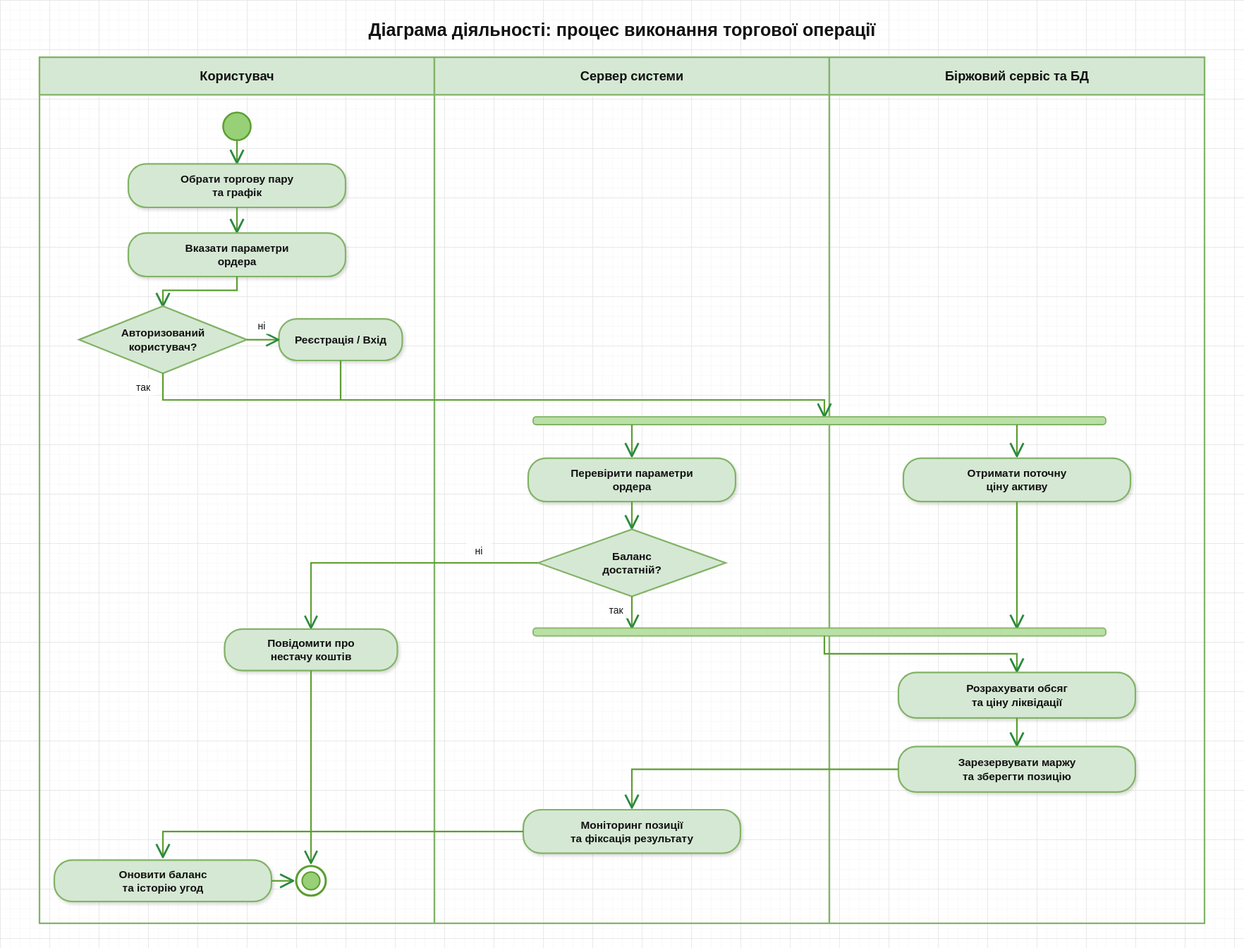
Hast1k/bygigabit keeps this PlantUML diagram as diagrams/svg/07_activity_diagram.svg. Above is the earlier version. Its source is kept beside it as diagrams/puml/07_activity_diagram.puml. Source of this version:
```plantuml
@startuml
skinparam backgroundColor #FFFFFF
skinparam defaultFontName Arial
skinparam defaultFontSize 11
skinparam roundCorner 10
skinparam shadowing false

skinparam swimlane {
    borderColor #2B8A3E
    titleFontColor #2B8A3E
    titleFontStyle bold
    backgroundColor #FFFFFF
}
skinparam activity {
    borderColor #2B8A3E
    backgroundColor #EBFBEE
    fontColor #1B4422
}
skinparam decision {
    borderColor #2B8A3E
    backgroundColor #EBFBEE
    fontColor #1B4422
}
skinparam arrow {
    color #2B8A3E
    fontColor #1B4422
}

title **Діаграма діяльності: виконання торговельної операції у системі ByGigaBit**

|Трейдер (Клієнтський термінал)|
start
:Обрати торгову пару (BTC/ETH/SOL);
:Вказати розмір маржі та кредитне плече (1x-20x);
:Обрати тип ордера (Market або Limit);
:Натиснути кнопку «Відкрити Long / Short»;

|Сервер платформи (FastAPI)|
:Перевірити активність сесії користувача;
if (Чи достатній баланс трейдера?) then ([ні])
    :Показати повідомлення про нестачу коштів;
    |Трейдер (Клієнтський термінал)|
    stop
else ([так])
endif

|Зовнішня біржа Bybit та СУБД Neon|
:Отримати актуальне котирування через Bybit V5;
:Розрахувати обсяг позиції та ціну ліквідації;
:Зарезервувати суму маржі на балансі;

if (Тип ордера?) then ([Лімітний])
    :Зберегти запит у таблиці limit_orders (pending);
    |Трейдер (Клієнтський термінал)|
    :Очікування наближення ринкової ціни;
    |Зовнішня біржа Bybit та СУБД Neon|
    :Спрацювання лімітного ордера при перетині ціни;
else ([Ринковий])
endif

:Створити активний запис у таблиці positions (open);

|Трейдер (Клієнтський термінал)|
:Відобразити відкриту позицію на свічковому графіку;

|Сервер платформи (FastAPI)|
repeat
    :Фоновий моніторинг ринкових котирувань Bybit;
    :Динамічний перерахунок Floating PnL;
    if (Ринкова ціна перетнула ціну ліквідації?) then ([так, Margin Call])
        |Зовнішня біржа Bybit та СУБД Neon|
        :Примусова ліквідація та списання застави;
        :Зафіксувати подію в order_history (liquidation);
        |Трейдер (Клієнтський термінал)|
        :Повідомити трейдера про ліквідацію;
        stop
    else ([ні])
    endif
repeat while (Трейдер надіслав запит на закриття?) is ([ні])

|Зовнішня біржа Bybit та СУБД Neon|
:Фіксація фінальної ціни закриття;
:Остаточний розрахунок чистого PnL;
:Повернення заставної маржі та PnL на баланс;
:Оновлення статусу на closed та запис в order_history;

|Трейдер (Клієнтський термінал)|
:Оновити стан балансу та історію угод у терміналі;
stop
@enduml
```
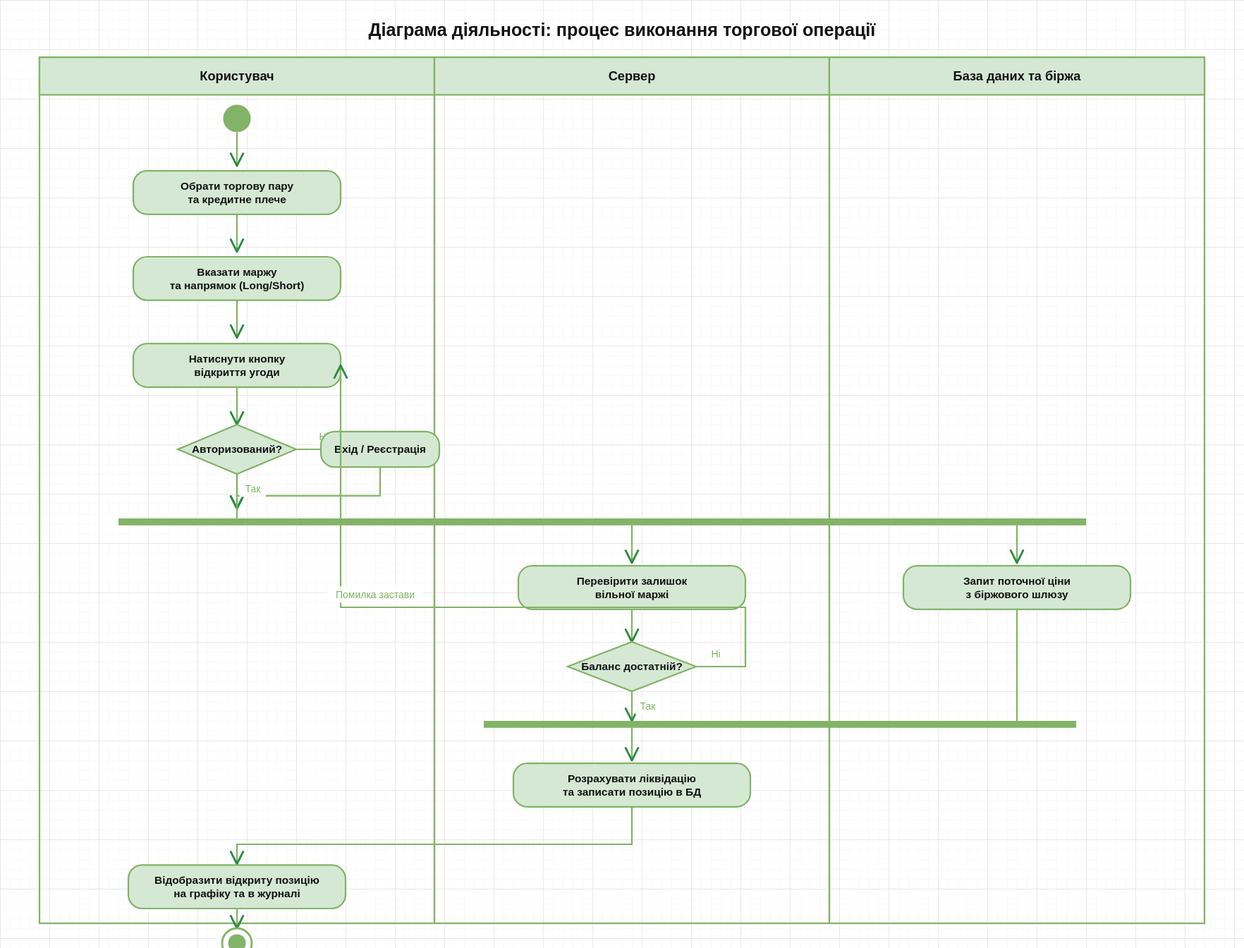
Above is the later version.

What changed in the source:
```diff
@@ -13,78 +13,52 @@
 }
 skinparam activity {
     borderColor #2B8A3E
-    backgroundColor #EBFBEE
-    fontColor #1B4422
+    backgroundColor #D5E8D4
+    fontColor #111111
+    fontStyle bold
 }
 skinparam decision {
     borderColor #2B8A3E
-    backgroundColor #EBFBEE
-    fontColor #1B4422
+    backgroundColor #D5E8D4
+    fontColor #111111
+    fontStyle bold
 }
 skinparam arrow {
-    color #2B8A3E
-    fontColor #1B4422
+    color #82B366
+    fontColor #111111
 }
 
-title **Діаграма діяльності: виконання торговельної операції у системі ByGigaBit**
+title **Діаграма діяльності: процес виконання торгової операції**
 
-|Трейдер (Клієнтський термінал)|
+|Користувач|
 start
-:Обрати торгову пару (BTC/ETH/SOL);
-:Вказати розмір маржі та кредитне плече (1x-20x);
-:Обрати тип ордера (Market або Limit);
-:Натиснути кнопку «Відкрити Long / Short»;
+:Обрати торгову пару та кредитне плече;
+:Вказати маржу та напрямок (Long/Short);
+:Натиснути кнопку відкриття угоди;
 
-|Сервер платформи (FastAPI)|
-:Перевірити активність сесії користувача;
-if (Чи достатній баланс трейдера?) then ([ні])
-    :Показати повідомлення про нестачу коштів;
-    |Трейдер (Клієнтський термінал)|
-    stop
-else ([так])
+if (Авторизований?) then (ні)
+    :Вхід / Реєстрація;
+else (так)
 endif
 
-|Зовнішня біржа Bybit та СУБД Neon|
-:Отримати актуальне котирування через Bybit V5;
-:Розрахувати обсяг позиції та ціну ліквідації;
-:Зарезервувати суму маржі на балансі;
+fork
+    |Сервер|
+    :Перевірити залишок вільної маржі;
+    if (Баланс достатній?) then (ні)
+        :Помилка застави;
+        |Користувач|
+        stop
+    else (так)
+    endif
+fork again
+    |База даних та біржа|
+    :Запит поточної ціни з біржового шлюзу;
+end fork
 
-if (Тип ордера?) then ([Лімітний])
-    :Зберегти запит у таблиці limit_orders (pending);
-    |Трейдер (Клієнтський термінал)|
-    :Очікування наближення ринкової ціни;
-    |Зовнішня біржа Bybit та СУБД Neon|
-    :Спрацювання лімітного ордера при перетині ціни;
-else ([Ринковий])
-endif
+|Сервер|
+:Розрахувати ліквідацію та записати позицію в БД;
 
-:Створити активний запис у таблиці positions (open);
-
-|Трейдер (Клієнтський термінал)|
-:Відобразити відкриту позицію на свічковому графіку;
-
-|Сервер платформи (FastAPI)|
-repeat
-    :Фоновий моніторинг ринкових котирувань Bybit;
-    :Динамічний перерахунок Floating PnL;
-    if (Ринкова ціна перетнула ціну ліквідації?) then ([так, Margin Call])
-        |Зовнішня біржа Bybit та СУБД Neon|
-        :Примусова ліквідація та списання застави;
-        :Зафіксувати подію в order_history (liquidation);
-        |Трейдер (Клієнтський термінал)|
-        :Повідомити трейдера про ліквідацію;
-        stop
-    else ([ні])
-    endif
-repeat while (Трейдер надіслав запит на закриття?) is ([ні])
-
-|Зовнішня біржа Bybit та СУБД Neon|
-:Фіксація фінальної ціни закриття;
-:Остаточний розрахунок чистого PnL;
-:Повернення заставної маржі та PnL на баланс;
-:Оновлення статусу на closed та запис в order_history;
-
-|Трейдер (Клієнтський термінал)|
-:Оновити стан балансу та історію угод у терміналі;
+|Користувач|
+:Відобразити відкриту позицію на графіку та в журналі;
 stop
 @enduml
```
